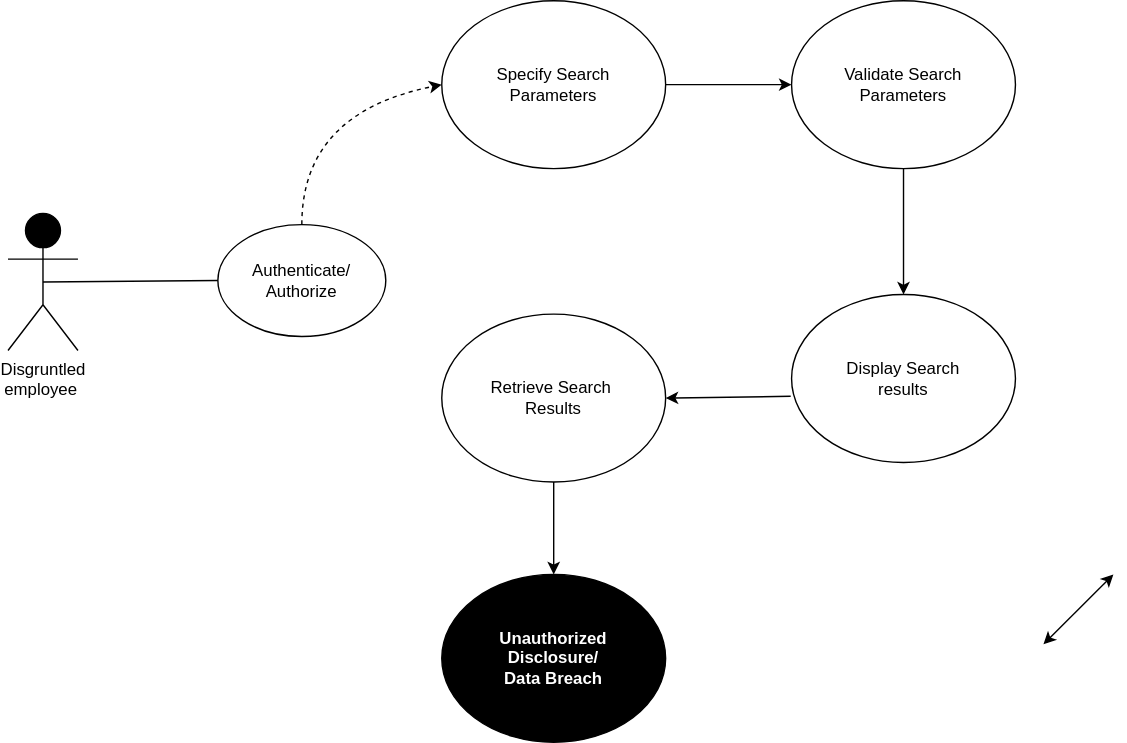
This is images/SRCH-Misuse Case 2.svg from bartelsjoshuac/SAPG, a draw.io export, as it was before one commit. Source tidied: cells renumbered, new cells last; positions are measured from the earlier drawing's top-left corner, leaving out a move shared by most shapes.
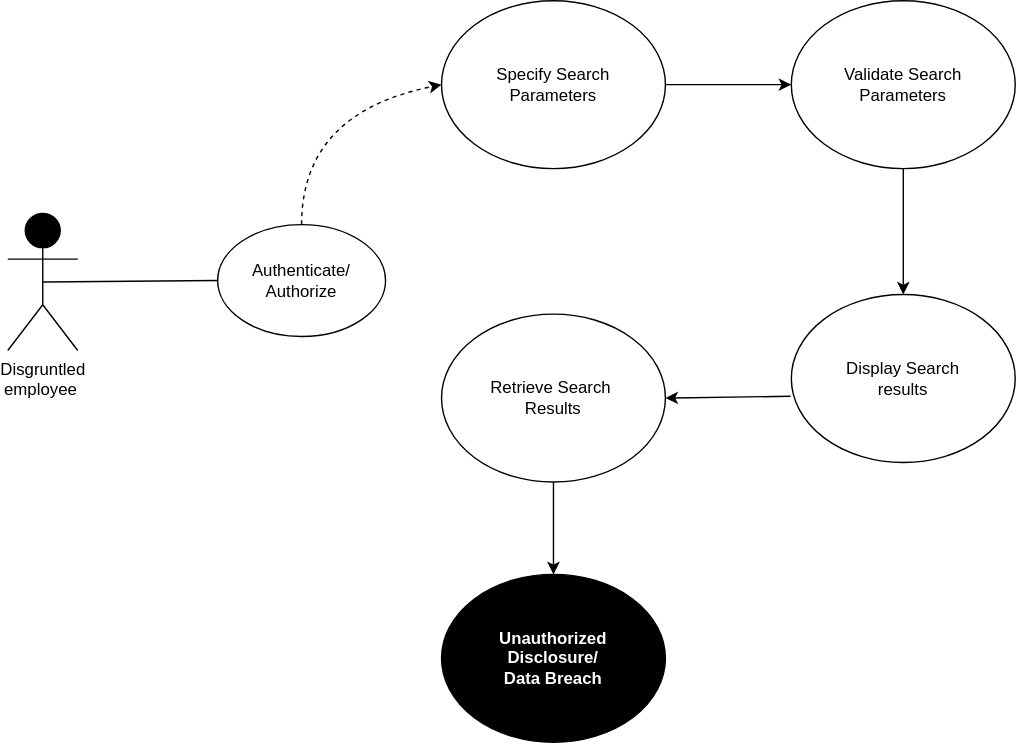
Above is the later version.

What changed in the source:
```diff
@@ -42,12 +42,6 @@
     <mxCell id="13" value="&lt;b&gt;&lt;font color=&quot;#ffffff&quot;&gt;Unauthorized&lt;br&gt;Disclosure/&lt;br&gt;Data Breach&lt;/font&gt;&lt;br&gt;&lt;/b&gt;" style="ellipse;whiteSpace=wrap;html=1;fillColor=#000000;" parent="1" vertex="1">
       <mxGeometry x="310" y="410" width="160" height="120" as="geometry" />
     </mxCell>
-    <mxCell id="14" style="endArrow=classic;startArrow=classic;html=1;rounded=0;" parent="1" edge="1">
-      <mxGeometry relative="1" as="geometry">
-        <mxPoint x="740" y="460" as="sourcePoint" />
-        <mxPoint x="790" y="410" as="targetPoint" />
-      </mxGeometry>
-    </mxCell>
     <mxCell id="15" style="endArrow=classic;html=1;rounded=0;exitX=0.5;exitY=1;exitDx=0;exitDy=0;entryX=0.5;entryY=0;entryDx=0;entryDy=0;" parent="1" edge="1" source="10" target="13">
       <mxGeometry relative="1" as="geometry" />
     </mxCell>
```
